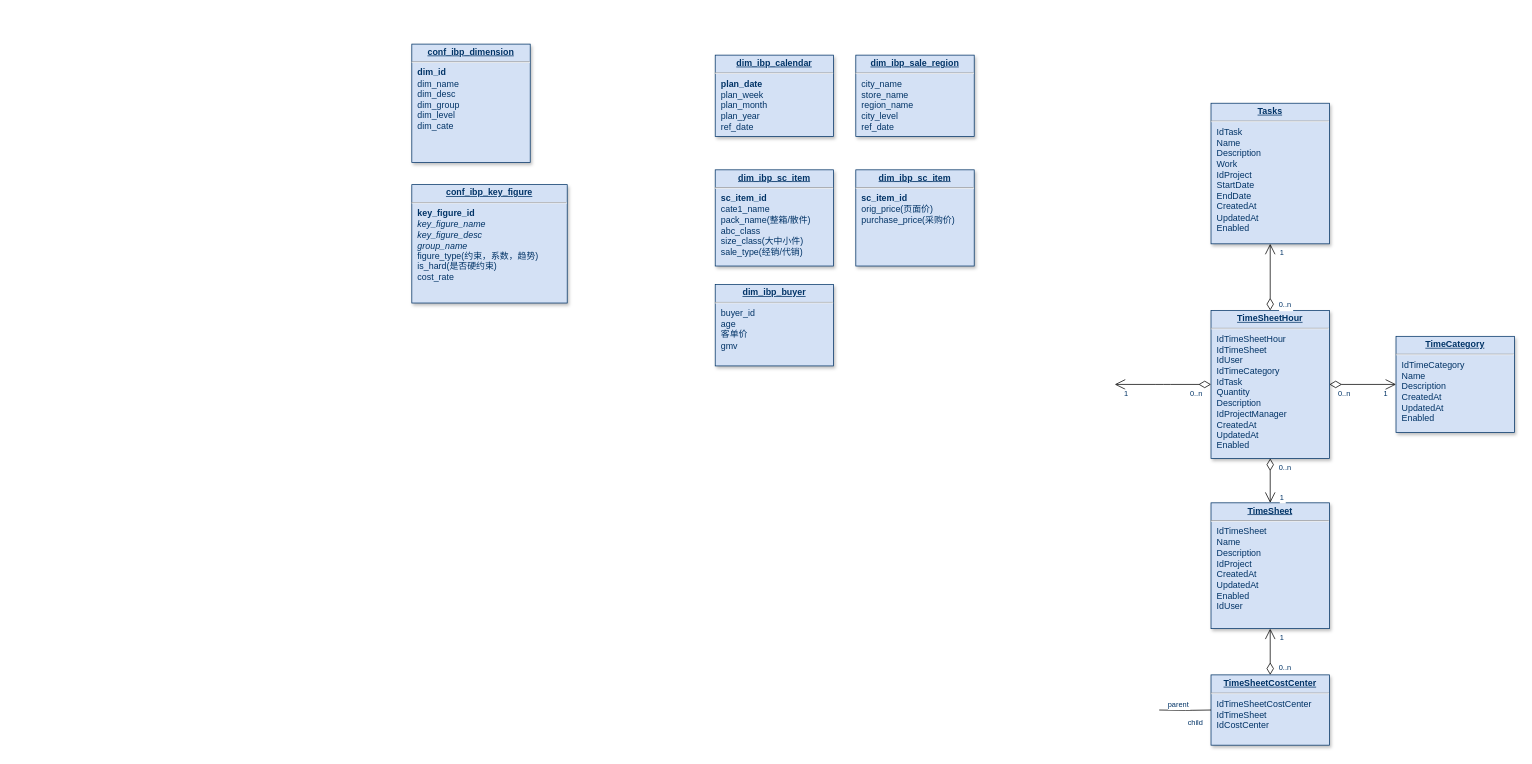
Above: page "数据准备" (1 of 2) of Untitled Diagram.drawio in daminli/charts (draw.io), before the change. Source tidied: cells renumbered, new cells numbered last; positions are measured from the earlier drawing's top-left corner, leaving out a move shared by most shapes. Both pictures are drawn from the tidied source at 74%, with x=0, y=0 at pixel (411, 44).
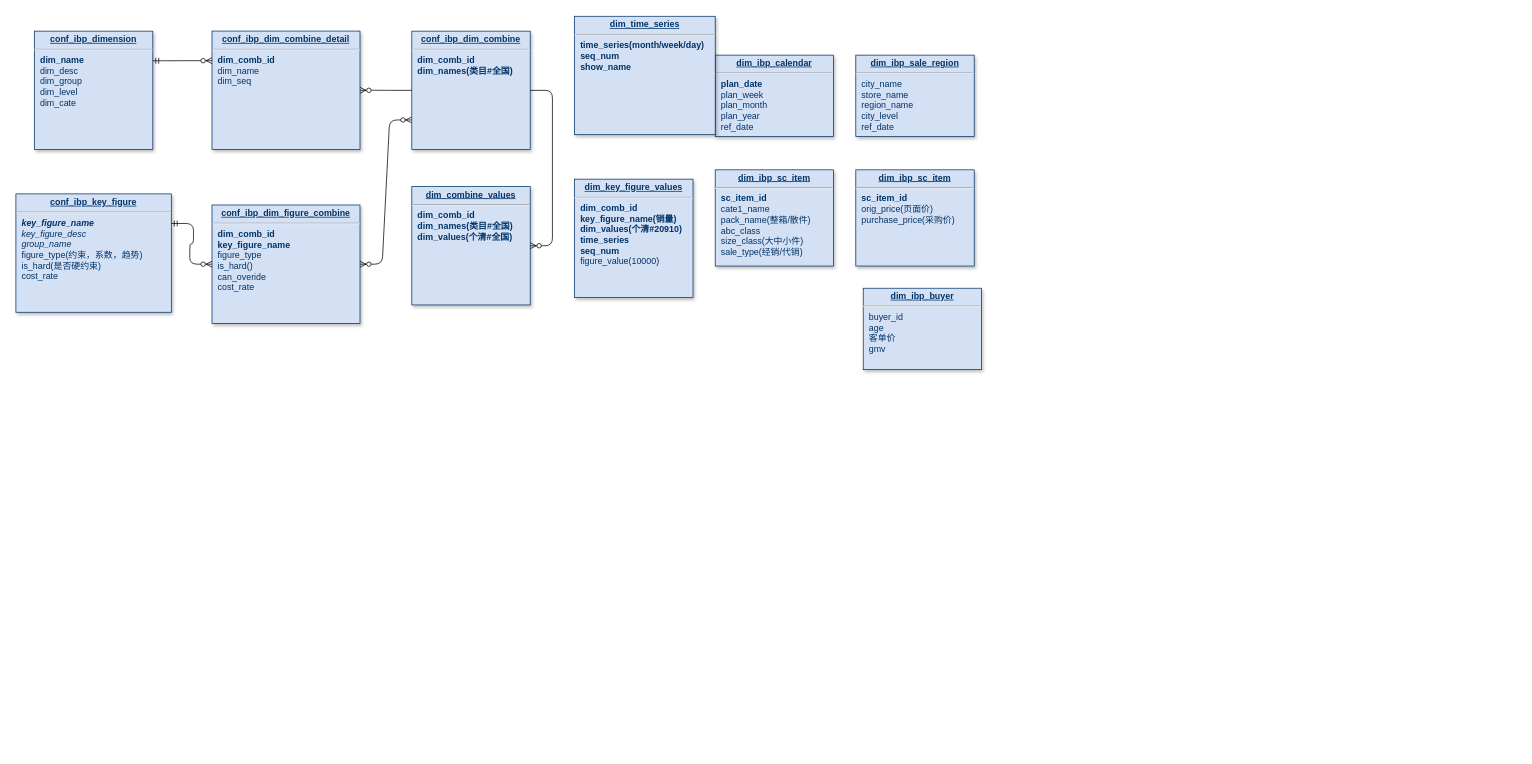
The same diagram, later.

Diff of the diagram source:
```diff
@@
-    <mxCell id="3" value="&lt;p style=&quot;margin: 0px ; margin-top: 4px ; text-align: center ; text-decoration: underline&quot;&gt;&lt;b&gt;conf_ibp_dimension&lt;/b&gt;&lt;/p&gt;&lt;hr&gt;&lt;p style=&quot;margin: 0px ; margin-left: 8px&quot;&gt;&lt;span&gt;&lt;b&gt;dim_id&lt;/b&gt;&lt;/span&gt;&lt;br&gt;&lt;/p&gt;&lt;p style=&quot;margin: 0px ; margin-left: 8px&quot;&gt;dim_name&lt;/p&gt;&lt;p style=&quot;margin: 0px ; margin-left: 8px&quot;&gt;dim_desc&lt;br&gt;&lt;/p&gt;&lt;p style=&quot;margin: 0px ; margin-left: 8px&quot;&gt;dim_group&lt;/p&gt;&lt;p style=&quot;margin: 0px ; margin-left: 8px&quot;&gt;dim_level&lt;/p&gt;&lt;p style=&quot;margin: 0px ; margin-left: 8px&quot;&gt;dim_cate&lt;/p&gt;" style="verticalAlign=top;align=left;overflow=fill;fontSize=12;fontFamily=Helvetica;html=1;strokeColor=#003366;shadow=1;fillColor=#D4E1F5;fontColor=#003366;" parent="1" vertex="1">
-      <mxGeometry y="0.1" width="160" height="160" as="geometry" />
+    <mxCell id="3" value="&lt;p style=&quot;margin: 0px ; margin-top: 4px ; text-align: center ; text-decoration: underline&quot;&gt;&lt;b&gt;conf_ibp_dimension&lt;/b&gt;&lt;/p&gt;&lt;hr&gt;&lt;p style=&quot;margin: 0px ; margin-left: 8px&quot;&gt;&lt;span&gt;&lt;b&gt;dim_name&lt;/b&gt;&lt;/span&gt;&lt;br&gt;&lt;/p&gt;&lt;p style=&quot;margin: 0px ; margin-left: 8px&quot;&gt;dim_desc&lt;br&gt;&lt;/p&gt;&lt;p style=&quot;margin: 0px ; margin-left: 8px&quot;&gt;dim_group&lt;/p&gt;&lt;p style=&quot;margin: 0px ; margin-left: 8px&quot;&gt;dim_level&lt;/p&gt;&lt;p style=&quot;margin: 0px ; margin-left: 8px&quot;&gt;dim_cate&lt;/p&gt;" style="verticalAlign=top;align=left;overflow=fill;fontSize=12;fontFamily=Helvetica;html=1;strokeColor=#003366;shadow=1;fillColor=#D4E1F5;fontColor=#003366;" parent="1" vertex="1">
+      <mxGeometry x="-510" y="-17.4" width="160" height="160" as="geometry" />
     </mxCell>
-    <mxCell id="4" value="&lt;p style=&quot;margin: 0px; margin-top: 4px; text-align: center; text-decoration: underline;&quot;&gt;&lt;strong&gt;TimeSheet&lt;/strong&gt;&lt;/p&gt;&lt;hr /&gt;&lt;p style=&quot;margin: 0px; margin-left: 8px;&quot;&gt;IdTimeSheet&lt;/p&gt;&lt;p style=&quot;margin: 0px; margin-left: 8px;&quot;&gt;Name&lt;/p&gt;&lt;p style=&quot;margin: 0px; margin-left: 8px;&quot;&gt;Description&lt;/p&gt;&lt;p style=&quot;margin: 0px; margin-left: 8px;&quot;&gt;IdProject&lt;/p&gt;&lt;p style=&quot;margin: 0px; margin-left: 8px;&quot;&gt;CreatedAt&lt;/p&gt;&lt;p style=&quot;margin: 0px; margin-left: 8px;&quot;&gt;UpdatedAt&lt;/p&gt;&lt;p style=&quot;margin: 0px; margin-left: 8px;&quot;&gt;Enabled&lt;/p&gt;&lt;p style=&quot;margin: 0px; margin-left: 8px;&quot;&gt;IdUser&lt;/p&gt;" style="verticalAlign=top;align=left;overflow=fill;fontSize=12;fontFamily=Helvetica;html=1;strokeColor=#003366;shadow=1;fillColor=#D4E1F5;fontColor=#003366;" parent="1" vertex="1">
-      <mxGeometry x="1080" y="620" width="160" height="170" as="geometry" />
-    </mxCell>
-    <mxCell id="5" value="&lt;p style=&quot;margin: 0px; margin-top: 4px; text-align: center; text-decoration: underline;&quot;&gt;&lt;strong&gt;TimeSheetHour&lt;/strong&gt;&lt;/p&gt;&lt;hr /&gt;&lt;p style=&quot;margin: 0px; margin-left: 8px;&quot;&gt;IdTimeSheetHour&lt;br /&gt;IdTimeSheet&lt;/p&gt;&lt;p style=&quot;margin: 0px; margin-left: 8px;&quot;&gt;IdUser&lt;/p&gt;&lt;p style=&quot;margin: 0px; margin-left: 8px;&quot;&gt;IdTimeCategory&lt;/p&gt;&lt;p style=&quot;margin: 0px; margin-left: 8px;&quot;&gt;IdTask&lt;/p&gt;&lt;p style=&quot;margin: 0px; margin-left: 8px;&quot;&gt;Quantity&lt;/p&gt;&lt;p style=&quot;margin: 0px; margin-left: 8px;&quot;&gt;Description&lt;/p&gt;&lt;p style=&quot;margin: 0px; margin-left: 8px;&quot;&gt;IdProjectManager&lt;/p&gt;&lt;p style=&quot;margin: 0px; margin-left: 8px;&quot;&gt;CreatedAt&lt;/p&gt;&lt;p style=&quot;margin: 0px; margin-left: 8px;&quot;&gt;UpdatedAt&lt;/p&gt;&lt;p style=&quot;margin: 0px; margin-left: 8px;&quot;&gt;Enabled&lt;/p&gt;" style="verticalAlign=top;align=left;overflow=fill;fontSize=12;fontFamily=Helvetica;html=1;strokeColor=#003366;shadow=1;fillColor=#D4E1F5;fontColor=#003366;" parent="1" vertex="1">
-      <mxGeometry x="1080" y="360" width="160" height="200" as="geometry" />
-    </mxCell>
-    <mxCell id="6" value="&lt;p style=&quot;margin: 0px; margin-top: 4px; text-align: center; text-decoration: underline;&quot;&gt;&lt;strong&gt;TimeCategory&lt;/strong&gt;&lt;/p&gt;&lt;hr /&gt;&lt;p style=&quot;margin: 0px; margin-left: 8px;&quot;&gt;IdTimeCategory&lt;/p&gt;&lt;p style=&quot;margin: 0px; margin-left: 8px;&quot;&gt;Name&lt;/p&gt;&lt;p style=&quot;margin: 0px; margin-left: 8px;&quot;&gt;Description&lt;/p&gt;&lt;p style=&quot;margin: 0px; margin-left: 8px;&quot;&gt;CreatedAt&lt;/p&gt;&lt;p style=&quot;margin: 0px; margin-left: 8px;&quot;&gt;UpdatedAt&lt;/p&gt;&lt;p style=&quot;margin: 0px; margin-left: 8px;&quot;&gt;Enabled&lt;/p&gt;" style="verticalAlign=top;align=left;overflow=fill;fontSize=12;fontFamily=Helvetica;html=1;strokeColor=#003366;shadow=1;fillColor=#D4E1F5;fontColor=#003366;" parent="1" vertex="1">
-      <mxGeometry x="1330" y="395" width="160" height="130" as="geometry" />
-    </mxCell>
-    <mxCell id="7" value="&lt;p style=&quot;margin: 0px; margin-top: 4px; text-align: center; text-decoration: underline;&quot;&gt;&lt;strong&gt;TimeSheetCostCenter&lt;/strong&gt;&lt;/p&gt;&lt;hr /&gt;&lt;p style=&quot;margin: 0px; margin-left: 8px;&quot;&gt;IdTimeSheetCostCenter&lt;/p&gt;&lt;p style=&quot;margin: 0px; margin-left: 8px;&quot;&gt;IdTimeSheet&lt;/p&gt;&lt;p style=&quot;margin: 0px; margin-left: 8px;&quot;&gt;IdCostCenter&lt;/p&gt;" style="verticalAlign=top;align=left;overflow=fill;fontSize=12;fontFamily=Helvetica;html=1;strokeColor=#003366;shadow=1;fillColor=#D4E1F5;fontColor=#003366;" parent="1" vertex="1">
-      <mxGeometry x="1080" y="852.5" width="160" height="95" as="geometry" />
-    </mxCell>
-    <mxCell id="8" value="&lt;p style=&quot;margin: 0px; margin-top: 4px; text-align: center; text-decoration: underline;&quot;&gt;&lt;strong&gt;Tasks&lt;/strong&gt;&lt;/p&gt;&lt;hr /&gt;&lt;p style=&quot;margin: 0px; margin-left: 8px;&quot;&gt;IdTask&lt;/p&gt;&lt;p style=&quot;margin: 0px; margin-left: 8px;&quot;&gt;Name&lt;/p&gt;&lt;p style=&quot;margin: 0px; margin-left: 8px;&quot;&gt;Description&lt;/p&gt;&lt;p style=&quot;margin: 0px; margin-left: 8px;&quot;&gt;Work&lt;/p&gt;&lt;p style=&quot;margin: 0px; margin-left: 8px;&quot;&gt;IdProject&lt;/p&gt;&lt;p style=&quot;margin: 0px; margin-left: 8px;&quot;&gt;StartDate&lt;/p&gt;&lt;p style=&quot;margin: 0px; margin-left: 8px;&quot;&gt;EndDate&lt;/p&gt;&lt;p style=&quot;margin: 0px; margin-left: 8px;&quot;&gt;CreatedAt&lt;/p&gt;&lt;p style=&quot;margin: 0px; margin-left: 8px;&quot;&gt;UpdatedAt&lt;/p&gt;&lt;p style=&quot;margin: 0px; margin-left: 8px;&quot;&gt;Enabled&lt;/p&gt;" style="verticalAlign=top;align=left;overflow=fill;fontSize=12;fontFamily=Helvetica;html=1;strokeColor=#003366;shadow=1;fillColor=#D4E1F5;fontColor=#003366;" parent="1" vertex="1">
-      <mxGeometry x="1080" y="80" width="160" height="190" as="geometry" />
-    </mxCell>
-    <mxCell id="9" style="endArrow=open;endSize=12;startArrow=diamondThin;startSize=14;startFill=0;edgeStyle=orthogonalEdgeStyle;" parent="1" edge="1" source="5" target="4">
-      <mxGeometry x="1269.4" y="180" as="geometry" />
-    </mxCell>
-    <mxCell id="10" value="0..n" style="align=left;verticalAlign=top;labelBackgroundColor=#ffffff;fontSize=10;strokeColor=#003366;shadow=1;fillColor=#D4E1F5;fontColor=#003366;" parent="9" vertex="1">
-      <mxGeometry x="-1" relative="1" as="geometry">
-        <mxPoint x="10" as="offset" />
-      </mxGeometry>
-    </mxCell>
-    <mxCell id="11" value="1" style="align=right;verticalAlign=top;labelBackgroundColor=#ffffff;fontSize=10;strokeColor=#003366;shadow=1;fillColor=#D4E1F5;fontColor=#003366;" parent="9" vertex="1">
-      <mxGeometry x="1" relative="1" as="geometry">
-        <mxPoint x="20" y="-20" as="offset" />
-      </mxGeometry>
-    </mxCell>
-    <mxCell id="12" style="endArrow=open;endSize=12;startArrow=diamondThin;startSize=14;startFill=0;edgeStyle=orthogonalEdgeStyle;" parent="1" edge="1" source="7" target="4">
-      <mxGeometry x="1079.4" y="560" as="geometry" />
-    </mxCell>
-    <mxCell id="13" value="0..n" style="align=left;verticalAlign=top;labelBackgroundColor=#ffffff;fontSize=10;strokeColor=#003366;shadow=1;fillColor=#D4E1F5;fontColor=#003366;" parent="12" vertex="1">
-      <mxGeometry x="-1" relative="1" as="geometry">
-        <mxPoint x="10" y="-22.5" as="offset" />
-      </mxGeometry>
-    </mxCell>
-    <mxCell id="14" value="1" style="align=right;verticalAlign=top;labelBackgroundColor=#ffffff;fontSize=10;strokeColor=#003366;shadow=1;fillColor=#D4E1F5;fontColor=#003366;" parent="12" vertex="1">
-      <mxGeometry x="1" relative="1" as="geometry">
-        <mxPoint x="20" as="offset" />
-      </mxGeometry>
-    </mxCell>
-    <mxCell id="15" style="endArrow=open;endSize=12;startArrow=diamondThin;startSize=14;startFill=0;edgeStyle=orthogonalEdgeStyle;" parent="1" edge="1" source="5" target="6">
-      <mxGeometry x="1309.4" y="540" as="geometry" />
-    </mxCell>
-    <mxCell id="16" value="0..n" style="align=left;verticalAlign=top;labelBackgroundColor=#ffffff;fontSize=10;strokeColor=#003366;shadow=1;fillColor=#D4E1F5;fontColor=#003366;" parent="15" vertex="1">
-      <mxGeometry x="-1" relative="1" as="geometry">
-        <mxPoint x="10" as="offset" />
-      </mxGeometry>
-    </mxCell>
-    <mxCell id="17" value="1" style="align=right;verticalAlign=top;labelBackgroundColor=#ffffff;fontSize=10;strokeColor=#003366;shadow=1;fillColor=#D4E1F5;fontColor=#003366;" parent="15" vertex="1">
-      <mxGeometry x="1" relative="1" as="geometry">
-        <mxPoint x="-10" as="offset" />
-      </mxGeometry>
-    </mxCell>
-    <mxCell id="18" style="endArrow=open;endSize=12;startArrow=diamondThin;startSize=14;startFill=0;edgeStyle=orthogonalEdgeStyle;" parent="1" edge="1" source="5" target="8">
-      <mxGeometry x="1119.4" y="540" as="geometry" />
-    </mxCell>
-    <mxCell id="19" value="0..n" style="align=left;verticalAlign=top;labelBackgroundColor=#ffffff;fontSize=10;strokeColor=#003366;shadow=1;fillColor=#D4E1F5;fontColor=#003366;" parent="18" vertex="1">
-      <mxGeometry x="-1" relative="1" as="geometry">
-        <mxPoint x="10" y="-20" as="offset" />
-      </mxGeometry>
-    </mxCell>
-    <mxCell id="20" value="1" style="align=right;verticalAlign=top;labelBackgroundColor=#ffffff;fontSize=10;strokeColor=#003366;shadow=1;fillColor=#D4E1F5;fontColor=#003366;" parent="18" vertex="1">
-      <mxGeometry x="1" relative="1" as="geometry">
-        <mxPoint x="20" as="offset" />
-      </mxGeometry>
-    </mxCell>
-    <mxCell id="21" style="endArrow=open;endSize=12;startArrow=diamondThin;startSize=14;startFill=0;edgeStyle=orthogonalEdgeStyle;" parent="1" edge="1" source="5">
-      <mxGeometry x="1389.4" y="130" as="geometry">
-        <mxPoint x="950" y="460" as="targetPoint" />
-      </mxGeometry>
-    </mxCell>
-    <mxCell id="22" value="0..n" style="align=left;verticalAlign=top;labelBackgroundColor=#ffffff;fontSize=10;strokeColor=#003366;shadow=1;fillColor=#D4E1F5;fontColor=#003366;" parent="21" vertex="1">
-      <mxGeometry x="-1" relative="1" as="geometry">
-        <mxPoint x="-30" as="offset" />
-      </mxGeometry>
-    </mxCell>
-    <mxCell id="23" value="1" style="align=right;verticalAlign=top;labelBackgroundColor=#ffffff;fontSize=10;strokeColor=#003366;shadow=1;fillColor=#D4E1F5;fontColor=#003366;" parent="21" vertex="1">
-      <mxGeometry x="1" relative="1" as="geometry">
-        <mxPoint x="20" as="offset" />
-      </mxGeometry>
-    </mxCell>
-    <mxCell id="24" style="endArrow=none;edgeStyle=orthogonalEdgeStyle;" parent="1" edge="1" target="7">
-      <mxGeometry x="910" y="972.5" as="geometry">
-        <mxPoint x="1010" y="900" as="sourcePoint" />
-      </mxGeometry>
-    </mxCell>
-    <mxCell id="25" value="parent" style="align=left;verticalAlign=bottom;labelBackgroundColor=#ffffff;fontSize=10;strokeColor=#003366;shadow=1;fillColor=#D4E1F5;fontColor=#003366;" parent="24" vertex="1">
-      <mxGeometry x="-1" relative="1" as="geometry">
-        <mxPoint x="10" as="offset" />
-      </mxGeometry>
-    </mxCell>
-    <mxCell id="26" value="child" style="align=right;verticalAlign=bottom;labelBackgroundColor=#ffffff;fontSize=10;strokeColor=#003366;shadow=1;fillColor=#D4E1F5;fontColor=#003366;" parent="24" vertex="1">
-      <mxGeometry x="1" relative="1" as="geometry">
-        <mxPoint x="-10" y="25" as="offset" />
-      </mxGeometry>
-    </mxCell>
@@
-    <mxCell id="29" value="&lt;p style=&quot;margin: 0px ; margin-top: 4px ; text-align: center ; text-decoration: underline&quot;&gt;&lt;b&gt;conf_ibp_key_figure&lt;/b&gt;&lt;/p&gt;&lt;hr&gt;&lt;p style=&quot;margin: 0px ; margin-left: 8px&quot;&gt;&lt;b&gt;key_figure_id&lt;/b&gt;&lt;/p&gt;&lt;p style=&quot;margin: 0px ; margin-left: 8px&quot;&gt;&lt;i&gt;key_figure_name&lt;/i&gt;&lt;/p&gt;&lt;p style=&quot;margin: 0px ; margin-left: 8px&quot;&gt;&lt;i&gt;key_figure_desc&lt;/i&gt;&lt;/p&gt;&lt;p style=&quot;margin: 0px ; margin-left: 8px&quot;&gt;&lt;i&gt;group_name&lt;/i&gt;&lt;/p&gt;&lt;p style=&quot;margin: 0px ; margin-left: 8px&quot;&gt;&lt;span&gt;figure_type(约束，系数，趋势)&lt;/span&gt;&lt;/p&gt;&lt;p style=&quot;margin: 0px ; margin-left: 8px&quot;&gt;is_hard(是否硬约束)&lt;/p&gt;&lt;p style=&quot;margin: 0px ; margin-left: 8px&quot;&gt;cost_rate&lt;/p&gt;" style="verticalAlign=top;align=left;overflow=fill;fontSize=12;fontFamily=Helvetica;html=1;strokeColor=#003366;shadow=1;fillColor=#D4E1F5;fontColor=#003366;" parent="1" vertex="1">
-      <mxGeometry y="190" width="210" height="160" as="geometry" />
+    <mxCell id="29" value="&lt;p style=&quot;margin: 0px ; margin-top: 4px ; text-align: center ; text-decoration: underline&quot;&gt;&lt;b&gt;conf_ibp_key_figure&lt;/b&gt;&lt;/p&gt;&lt;hr&gt;&lt;p style=&quot;margin: 0px ; margin-left: 8px&quot;&gt;&lt;i&gt;&lt;b&gt;key_figure_name&lt;/b&gt;&lt;/i&gt;&lt;br&gt;&lt;/p&gt;&lt;p style=&quot;margin: 0px ; margin-left: 8px&quot;&gt;&lt;i&gt;key_figure_desc&lt;/i&gt;&lt;/p&gt;&lt;p style=&quot;margin: 0px ; margin-left: 8px&quot;&gt;&lt;i&gt;group_name&lt;/i&gt;&lt;/p&gt;&lt;p style=&quot;margin: 0px ; margin-left: 8px&quot;&gt;&lt;span&gt;figure_type(约束，系数，趋势)&lt;/span&gt;&lt;/p&gt;&lt;p style=&quot;margin: 0px ; margin-left: 8px&quot;&gt;is_hard(是否硬约束)&lt;/p&gt;&lt;p style=&quot;margin: 0px ; margin-left: 8px&quot;&gt;cost_rate&lt;/p&gt;" style="verticalAlign=top;align=left;overflow=fill;fontSize=12;fontFamily=Helvetica;html=1;strokeColor=#003366;shadow=1;fillColor=#D4E1F5;fontColor=#003366;" parent="1" vertex="1">
+      <mxGeometry x="-535" y="202.5" width="210" height="160" as="geometry" />
     </mxCell>
@@
     <mxCell id="31" value="&lt;p style=&quot;margin: 0px ; margin-top: 4px ; text-align: center ; text-decoration: underline&quot;&gt;&lt;strong&gt;dim_ibp_buyer&lt;/strong&gt;&lt;/p&gt;&lt;hr&gt;&lt;p style=&quot;margin: 0px ; margin-left: 8px&quot;&gt;buyer_id&lt;/p&gt;&lt;p style=&quot;margin: 0px ; margin-left: 8px&quot;&gt;age&lt;/p&gt;&lt;p style=&quot;margin: 0px ; margin-left: 8px&quot;&gt;客单价&lt;/p&gt;&lt;p style=&quot;margin: 0px ; margin-left: 8px&quot;&gt;gmv&lt;/p&gt;" style="verticalAlign=top;align=left;overflow=fill;fontSize=12;fontFamily=Helvetica;html=1;strokeColor=#003366;shadow=1;fillColor=#D4E1F5;fontColor=#003366;" parent="1" vertex="1">
-      <mxGeometry x="410" y="325" width="160" height="110" as="geometry" />
+      <mxGeometry x="610" y="330" width="160" height="110" as="geometry" />
     </mxCell>
+    <mxCell id="32" value="&lt;p style=&quot;margin: 0px ; margin-top: 4px ; text-align: center ; text-decoration: underline&quot;&gt;&lt;b&gt;conf_ibp_dim_combine_detail&lt;/b&gt;&lt;/p&gt;&lt;hr&gt;&lt;p style=&quot;margin: 0px ; margin-left: 8px&quot;&gt;&lt;span&gt;&lt;b&gt;dim_comb_id&lt;/b&gt;&lt;/span&gt;&lt;br&gt;&lt;/p&gt;&lt;p style=&quot;margin: 0px ; margin-left: 8px&quot;&gt;dim_name&lt;/p&gt;&lt;p style=&quot;margin: 0px ; margin-left: 8px&quot;&gt;dim_seq&lt;/p&gt;" style="verticalAlign=top;align=left;overflow=fill;fontSize=12;fontFamily=Helvetica;html=1;strokeColor=#003366;shadow=1;fillColor=#D4E1F5;fontColor=#003366;" parent="1" vertex="1">
+      <mxGeometry x="-270" y="-17.5" width="200" height="160" as="geometry" />
+    </mxCell>
+    <mxCell id="33" value="&lt;p style=&quot;margin: 0px ; margin-top: 4px ; text-align: center ; text-decoration: underline&quot;&gt;&lt;b&gt;conf_ibp_dim_figure_combine&lt;/b&gt;&lt;/p&gt;&lt;hr&gt;&lt;p style=&quot;margin: 0px ; margin-left: 8px&quot;&gt;&lt;span&gt;&lt;b&gt;dim_comb_id&lt;/b&gt;&lt;/span&gt;&lt;br&gt;&lt;/p&gt;&lt;p style=&quot;margin: 0px ; margin-left: 8px&quot;&gt;&lt;b&gt;key_figure_name&lt;/b&gt;&lt;/p&gt;&lt;p style=&quot;margin: 0px ; margin-left: 8px&quot;&gt;figure_type&lt;/p&gt;&lt;p style=&quot;margin: 0px ; margin-left: 8px&quot;&gt;is_hard()&lt;/p&gt;&lt;p style=&quot;margin: 0px ; margin-left: 8px&quot;&gt;can_overide&lt;/p&gt;&lt;p style=&quot;margin: 0px ; margin-left: 8px&quot;&gt;cost_rate&lt;/p&gt;" style="verticalAlign=top;align=left;overflow=fill;fontSize=12;fontFamily=Helvetica;html=1;strokeColor=#003366;shadow=1;fillColor=#D4E1F5;fontColor=#003366;" parent="1" vertex="1">
+      <mxGeometry x="-270" y="217.5" width="200" height="160" as="geometry" />
+    </mxCell>
+    <mxCell id="34" style="edgeStyle=entityRelationEdgeStyle;fontSize=12;html=1;endArrow=ERzeroToMany;startArrow=ERmandOne;exitX=1;exitY=0.25;exitDx=0;exitDy=0;entryX=0;entryY=0.25;entryDx=0;entryDy=0;" parent="1" edge="1" source="3" target="32">
+      <mxGeometry relative="1" as="geometry" />
+    </mxCell>
+    <mxCell id="35" style="edgeStyle=entityRelationEdgeStyle;fontSize=12;html=1;endArrow=ERzeroToMany;startArrow=ERmandOne;exitX=1;exitY=0.25;exitDx=0;exitDy=0;" parent="1" edge="1" source="29" target="33">
+      <mxGeometry relative="1" as="geometry" />
+    </mxCell>
+    <mxCell id="36" style="edgeStyle=entityRelationEdgeStyle;fontSize=12;html=1;endArrow=ERzeroToMany;endFill=1;startArrow=ERzeroToMany;entryX=0;entryY=0.75;entryDx=0;entryDy=0;" parent="1" edge="1" source="33" target="39">
+      <mxGeometry relative="1" as="geometry" />
+    </mxCell>
+    <mxCell id="37" value="&lt;p style=&quot;margin: 0px ; margin-top: 4px ; text-align: center ; text-decoration: underline&quot;&gt;&lt;b&gt;dim_combine_values&lt;/b&gt;&lt;/p&gt;&lt;hr&gt;&lt;p style=&quot;margin: 0px ; margin-left: 8px&quot;&gt;&lt;span&gt;&lt;b&gt;dim_comb_id&lt;/b&gt;&lt;/span&gt;&lt;/p&gt;&lt;p style=&quot;margin: 0px ; margin-left: 8px&quot;&gt;&lt;span&gt;&lt;b&gt;dim_names(类目#全国)&lt;/b&gt;&lt;/span&gt;&lt;/p&gt;&lt;p style=&quot;margin: 0px ; margin-left: 8px&quot;&gt;&lt;b&gt;dim_values(个清#全国)&lt;/b&gt;&lt;/p&gt;" style="verticalAlign=top;align=left;overflow=fill;fontSize=12;fontFamily=Helvetica;html=1;strokeColor=#003366;shadow=1;fillColor=#D4E1F5;fontColor=#003366;" parent="1" vertex="1">
+      <mxGeometry y="192.6" width="160" height="160" as="geometry" />
+    </mxCell>
+    <mxCell id="38" value="&lt;p style=&quot;margin: 0px ; margin-top: 4px ; text-align: center ; text-decoration: underline&quot;&gt;&lt;b&gt;dim_key_figure_values&lt;/b&gt;&lt;/p&gt;&lt;hr&gt;&lt;p style=&quot;margin: 0px ; margin-left: 8px&quot;&gt;&lt;span&gt;&lt;b&gt;dim_comb_id&lt;/b&gt;&lt;/span&gt;&lt;/p&gt;&lt;p style=&quot;margin: 0px ; margin-left: 8px&quot;&gt;&lt;span&gt;&lt;b&gt;key_figure_name(销量)&lt;/b&gt;&lt;/span&gt;&lt;/p&gt;&lt;p style=&quot;margin: 0px ; margin-left: 8px&quot;&gt;&lt;b&gt;dim_values(个清#20910)&lt;/b&gt;&lt;/p&gt;&lt;p style=&quot;margin: 0px ; margin-left: 8px&quot;&gt;&lt;b&gt;time_series&lt;/b&gt;&lt;/p&gt;&lt;p style=&quot;margin: 0px ; margin-left: 8px&quot;&gt;&lt;b&gt;seq_num&lt;/b&gt;&lt;/p&gt;&lt;p style=&quot;margin: 0px ; margin-left: 8px&quot;&gt;figure_value(10000)&lt;/p&gt;" style="verticalAlign=top;align=left;overflow=fill;fontSize=12;fontFamily=Helvetica;html=1;strokeColor=#003366;shadow=1;fillColor=#D4E1F5;fontColor=#003366;" parent="1" vertex="1">
+      <mxGeometry x="220" y="182.6" width="160" height="160" as="geometry" />
+    </mxCell>
+    <mxCell id="39" value="&lt;p style=&quot;margin: 0px ; margin-top: 4px ; text-align: center ; text-decoration: underline&quot;&gt;&lt;b&gt;conf_ibp_dim_combine&lt;/b&gt;&lt;/p&gt;&lt;hr&gt;&lt;p style=&quot;margin: 0px 0px 0px 8px&quot;&gt;&lt;b&gt;dim_comb_id&lt;/b&gt;&lt;/p&gt;&lt;p style=&quot;margin: 0px 0px 0px 8px&quot;&gt;&lt;b&gt;dim_names(类目#全国)&lt;/b&gt;&lt;/p&gt;" style="verticalAlign=top;align=left;overflow=fill;fontSize=12;fontFamily=Helvetica;html=1;strokeColor=#003366;shadow=1;fillColor=#D4E1F5;fontColor=#003366;" parent="1" vertex="1">
+      <mxGeometry y="-17.4" width="160" height="160" as="geometry" />
+    </mxCell>
+    <mxCell id="40" style="edgeStyle=entityRelationEdgeStyle;fontSize=12;html=1;endArrow=ERzeroToMany;endFill=1;" parent="1" edge="1" source="39" target="32">
+      <mxGeometry relative="1" as="geometry" />
+    </mxCell>
+    <mxCell id="41" style="edgeStyle=entityRelationEdgeStyle;fontSize=12;html=1;endArrow=ERzeroToMany;endFill=1;exitX=1;exitY=0.5;exitDx=0;exitDy=0;" parent="1" edge="1" source="39" target="37">
+      <mxGeometry relative="1" as="geometry" />
+    </mxCell>
+    <mxCell id="42" value="&lt;p style=&quot;margin: 0px ; margin-top: 4px ; text-align: center ; text-decoration: underline&quot;&gt;&lt;b&gt;dim_time_series&lt;/b&gt;&lt;/p&gt;&lt;hr&gt;&lt;p style=&quot;margin: 0px ; margin-left: 8px&quot;&gt;&lt;b&gt;time_series(month/week/day)&lt;/b&gt;&lt;/p&gt;&lt;p style=&quot;margin: 0px ; margin-left: 8px&quot;&gt;&lt;b&gt;seq_num&lt;/b&gt;&lt;/p&gt;&lt;p style=&quot;margin: 0px ; margin-left: 8px&quot;&gt;&lt;b&gt;show_name&lt;/b&gt;&lt;/p&gt;&lt;p style=&quot;margin: 0px ; margin-left: 8px&quot;&gt;&lt;b&gt;&lt;br&gt;&lt;/b&gt;&lt;/p&gt;" style="verticalAlign=top;align=left;overflow=fill;fontSize=12;fontFamily=Helvetica;html=1;strokeColor=#003366;shadow=1;fillColor=#D4E1F5;fontColor=#003366;" parent="1" vertex="1">
+      <mxGeometry x="220" y="-37.5" width="190" height="160" as="geometry" />
+    </mxCell>
```
